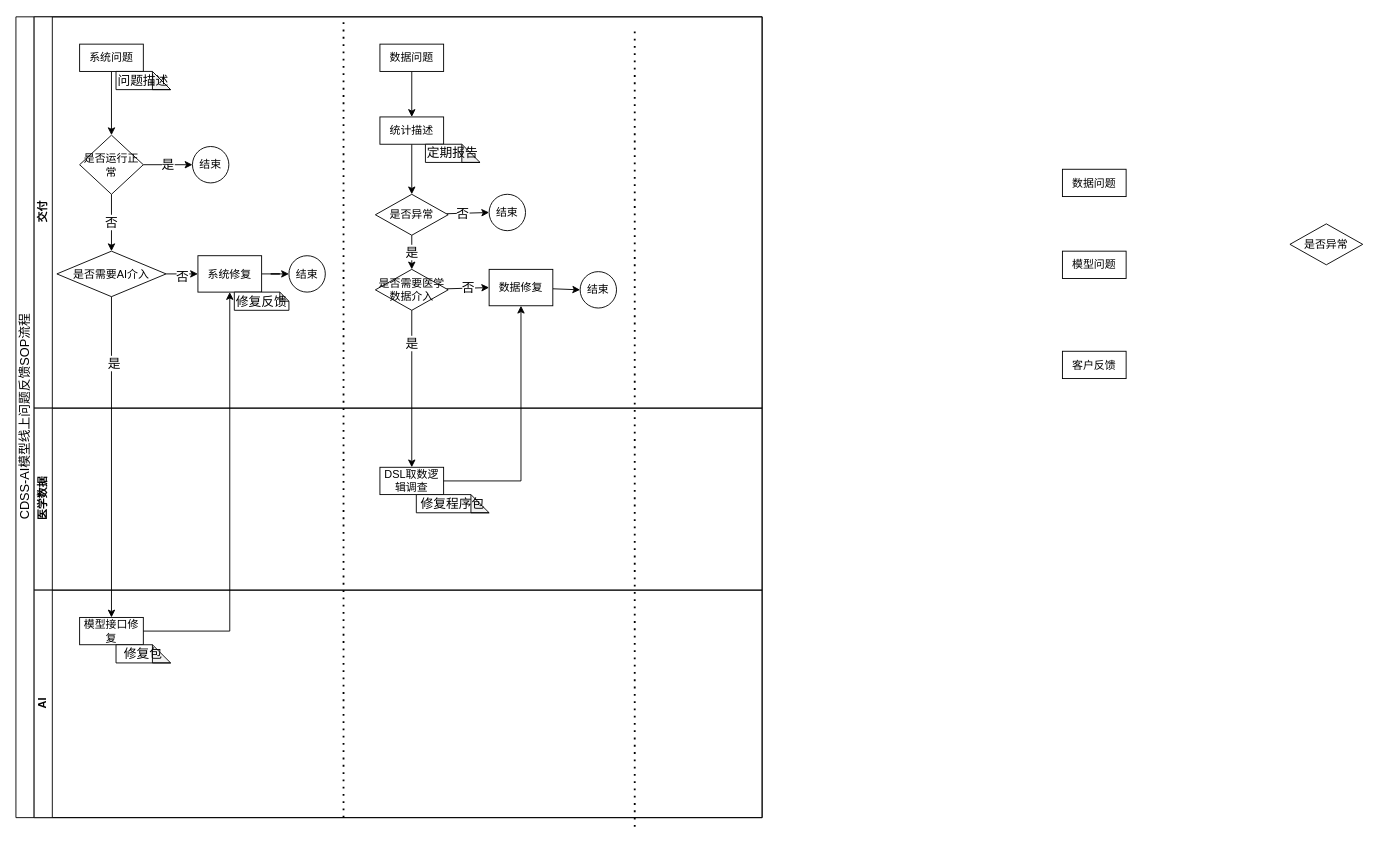
This is 问题反馈sop.drawio from sophsticate/drawio, a draw.io file, before an edit. Source tidied: cells renumbered, new cells numbered last; positions are measured from the earlier drawing's top-left corner, leaving out a move shared by most shapes. Both pictures are drawn from the tidied source at 91%, with x=0, y=0 at pixel (15, 16).
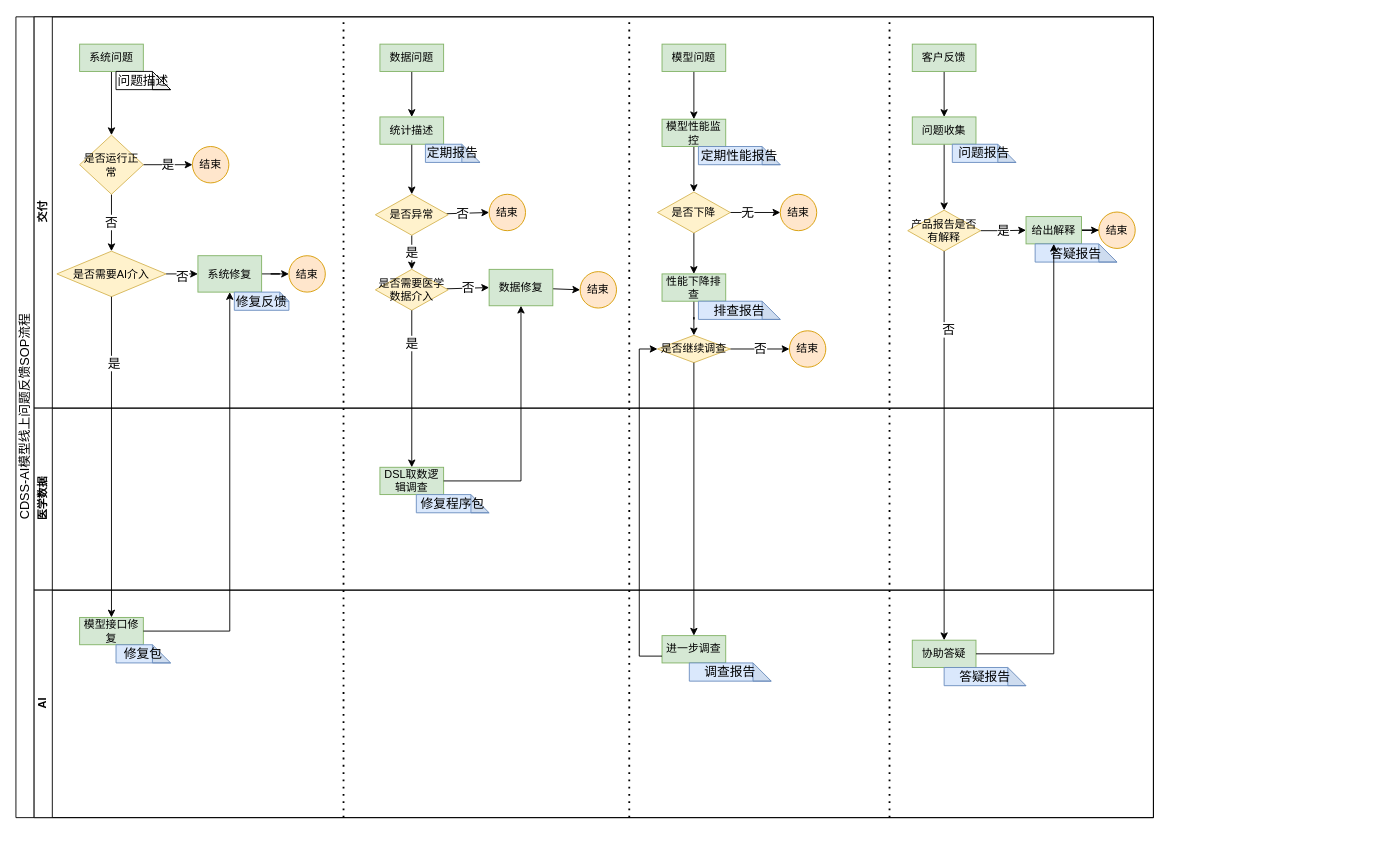
The same page after the edit.

What changed in the source:
```diff
@@
     <mxCell id="2" value="&lt;span style=&quot;font-family: &amp;#34;arial&amp;#34; , sans-serif ; font-weight: 400&quot;&gt;&lt;font style=&quot;font-size: 14px&quot;&gt;CDSS-AI模型线上问题反馈SOP流程&lt;/font&gt;&lt;/span&gt;" style="swimlane;html=1;horizontal=0;startSize=20;" parent="1" vertex="1">
-      <mxGeometry width="820" height="880" as="geometry" />
+      <mxGeometry width="1250" height="880" as="geometry" />
     </mxCell>
     <mxCell id="3" value="交付" style="swimlane;html=1;startSize=20;horizontal=0;" parent="2" vertex="1">
-      <mxGeometry x="20" width="800" height="430" as="geometry" />
+      <mxGeometry x="20" width="1230" height="430" as="geometry" />
     </mxCell>
@@
-    <mxCell id="5" value="系统问题" style="rounded=0;whiteSpace=wrap;html=1;fontFamily=Helvetica;fontSize=12;fontColor=#000000;align=center;" parent="3" vertex="1">
+    <mxCell id="5" value="系统问题" style="rounded=0;whiteSpace=wrap;html=1;fontFamily=Helvetica;fontSize=12;align=center;fillColor=#d5e8d4;strokeColor=#82b366;" parent="3" vertex="1">
       <mxGeometry x="50" y="30" width="70" height="30" as="geometry" />
     </mxCell>
@@
-    <mxCell id="9" value="是否运行正常" style="rhombus;whiteSpace=wrap;html=1;fontFamily=Helvetica;fontSize=12;fontColor=#000000;align=center;" parent="3" vertex="1">
+    <mxCell id="9" value="是否运行正常" style="rhombus;whiteSpace=wrap;html=1;fontFamily=Helvetica;fontSize=12;align=center;fillColor=#fff2cc;strokeColor=#d6b656;" parent="3" vertex="1">
       <mxGeometry x="50" y="130" width="70" height="65" as="geometry" />
     </mxCell>
-    <mxCell id="10" value="结束" style="ellipse;whiteSpace=wrap;html=1;" parent="3" vertex="1">
+    <mxCell id="10" value="结束" style="ellipse;whiteSpace=wrap;html=1;fillColor=#ffe6cc;strokeColor=#d79b00;" parent="3" vertex="1">
       <mxGeometry x="174" y="142.5" width="40" height="40" as="geometry" />
     </mxCell>
@@
-    <mxCell id="13" value="是否需要AI介入" style="rhombus;whiteSpace=wrap;html=1;fontFamily=Helvetica;fontSize=12;fontColor=#000000;align=center;" parent="3" vertex="1">
+    <mxCell id="13" value="是否需要AI介入" style="rhombus;whiteSpace=wrap;html=1;fontFamily=Helvetica;fontSize=12;align=center;fillColor=#fff2cc;strokeColor=#d6b656;" parent="3" vertex="1">
       <mxGeometry x="25" y="257.5" width="120" height="50" as="geometry" />
     </mxCell>
-    <mxCell id="14" value="结束" style="ellipse;whiteSpace=wrap;html=1;" parent="3" vertex="1">
+    <mxCell id="14" value="结束" style="ellipse;whiteSpace=wrap;html=1;fillColor=#ffe6cc;strokeColor=#d79b00;" parent="3" vertex="1">
       <mxGeometry x="280" y="262.5" width="40" height="40" as="geometry" />
     </mxCell>
@@
-    <mxCell id="16" value="系统修复" style="rounded=0;whiteSpace=wrap;html=1;fontFamily=Helvetica;fontSize=12;fontColor=#000000;align=center;" parent="3" vertex="1">
+    <mxCell id="16" value="系统修复" style="rounded=0;whiteSpace=wrap;html=1;fontFamily=Helvetica;fontSize=12;align=center;fillColor=#d5e8d4;strokeColor=#82b366;" parent="3" vertex="1">
       <mxGeometry x="180" y="262.5" width="70" height="40" as="geometry" />
     </mxCell>
@@
-    <mxCell id="18" value="修复反馈" style="shape=note;whiteSpace=wrap;html=1;backgroundOutline=1;darkOpacity=0.05;fontSize=14;size=10;" parent="3" vertex="1">
+    <mxCell id="18" value="修复反馈" style="shape=note;whiteSpace=wrap;html=1;backgroundOutline=1;darkOpacity=0.05;fontSize=14;size=10;fillColor=#dae8fc;strokeColor=#6c8ebf;" parent="3" vertex="1">
       <mxGeometry x="220" y="302.5" width="60" height="20" as="geometry" />
     </mxCell>
@@
-    <mxCell id="21" value="数据问题" style="rounded=0;whiteSpace=wrap;html=1;fontFamily=Helvetica;fontSize=12;fontColor=#000000;align=center;" parent="3" vertex="1">
+    <mxCell id="21" value="数据问题" style="rounded=0;whiteSpace=wrap;html=1;fontFamily=Helvetica;fontSize=12;align=center;fillColor=#d5e8d4;strokeColor=#82b366;" parent="3" vertex="1">
       <mxGeometry x="380" y="30" width="70" height="30" as="geometry" />
     </mxCell>
@@
-    <mxCell id="24" value="统计描述" style="rounded=0;whiteSpace=wrap;html=1;fontFamily=Helvetica;fontSize=12;fontColor=#000000;align=center;" parent="3" vertex="1">
+    <mxCell id="24" value="统计描述" style="rounded=0;whiteSpace=wrap;html=1;fontFamily=Helvetica;fontSize=12;align=center;fillColor=#d5e8d4;strokeColor=#82b366;" parent="3" vertex="1">
       <mxGeometry x="380" y="110" width="70" height="30" as="geometry" />
     </mxCell>
-    <mxCell id="25" value="定期报告" style="shape=note;whiteSpace=wrap;html=1;backgroundOutline=1;darkOpacity=0.05;fontSize=14;" parent="3" vertex="1">
+    <mxCell id="25" value="定期报告" style="shape=note;whiteSpace=wrap;html=1;backgroundOutline=1;darkOpacity=0.05;fontSize=14;fillColor=#dae8fc;strokeColor=#6c8ebf;" parent="3" vertex="1">
       <mxGeometry x="430" y="140" width="60" height="20" as="geometry" />
     </mxCell>
@@
-    <mxCell id="29" value="是否异常" style="rhombus;whiteSpace=wrap;html=1;fontFamily=Helvetica;fontSize=12;fontColor=#000000;align=center;" parent="3" vertex="1">
+    <mxCell id="29" value="是否异常" style="rhombus;whiteSpace=wrap;html=1;fontFamily=Helvetica;fontSize=12;align=center;fillColor=#fff2cc;strokeColor=#d6b656;" parent="3" vertex="1">
       <mxGeometry x="375" y="195" width="80" height="45" as="geometry" />
     </mxCell>
-    <mxCell id="30" value="结束" style="ellipse;whiteSpace=wrap;html=1;" parent="3" vertex="1">
+    <mxCell id="30" value="结束" style="ellipse;whiteSpace=wrap;html=1;fillColor=#ffe6cc;strokeColor=#d79b00;" parent="3" vertex="1">
       <mxGeometry x="500" y="195" width="40" height="40" as="geometry" />
     </mxCell>
@@
-    <mxCell id="32" value="是否需要医学数据介入" style="rhombus;whiteSpace=wrap;html=1;fontFamily=Helvetica;fontSize=12;fontColor=#000000;align=center;" parent="3" vertex="1">
+    <mxCell id="32" value="是否需要医学数据介入" style="rhombus;whiteSpace=wrap;html=1;fontFamily=Helvetica;fontSize=12;align=center;fillColor=#fff2cc;strokeColor=#d6b656;" parent="3" vertex="1">
       <mxGeometry x="375" y="277.5" width="80" height="45" as="geometry" />
     </mxCell>
@@
-    <mxCell id="34" value="数据修复" style="rounded=0;whiteSpace=wrap;html=1;fontFamily=Helvetica;fontSize=12;fontColor=#000000;align=center;" parent="3" vertex="1">
+    <mxCell id="34" value="数据修复" style="rounded=0;whiteSpace=wrap;html=1;fontFamily=Helvetica;fontSize=12;align=center;fillColor=#d5e8d4;strokeColor=#82b366;" parent="3" vertex="1">
       <mxGeometry x="500" y="277.5" width="70" height="40" as="geometry" />
     </mxCell>
-    <mxCell id="35" value="结束" style="ellipse;whiteSpace=wrap;html=1;" parent="3" vertex="1">
+    <mxCell id="35" value="结束" style="ellipse;whiteSpace=wrap;html=1;fillColor=#ffe6cc;strokeColor=#d79b00;" parent="3" vertex="1">
       <mxGeometry x="600" y="280" width="40" height="40" as="geometry" />
     </mxCell>
     <mxCell id="36" style="endArrow=none;dashed=1;html=1;dashPattern=1 3;strokeWidth=2;rounded=0;fontSize=14;" parent="3" edge="1">
       <mxGeometry relative="1" as="geometry">
-        <mxPoint x="660" y="890" as="sourcePoint" />
-        <mxPoint x="660" y="10" as="targetPoint" />
+        <mxPoint x="654" y="880" as="sourcePoint" />
+        <mxPoint x="654" as="targetPoint" />
       </mxGeometry>
     </mxCell>
+    <mxCell id="53" style="edgeStyle=orthogonalEdgeStyle;rounded=0;jettySize=auto;html=1;fontSize=14;" parent="3" edge="1" source="50" target="56">
+      <mxGeometry relative="1" as="geometry" />
+    </mxCell>
+    <mxCell id="50" value="模型问题" style="rounded=0;whiteSpace=wrap;html=1;fontFamily=Helvetica;fontSize=12;align=center;fillColor=#d5e8d4;strokeColor=#82b366;" parent="3" vertex="1">
+      <mxGeometry x="690" y="30" width="70" height="30" as="geometry" />
+    </mxCell>
+    <mxCell id="54" style="edgeStyle=orthogonalEdgeStyle;rounded=0;jettySize=auto;html=1;fontSize=14;" parent="3" edge="1" source="49" target="71">
+      <mxGeometry relative="1" as="geometry" />
+    </mxCell>
+    <mxCell id="49" value="客户反馈" style="rounded=0;whiteSpace=wrap;html=1;fontFamily=Helvetica;fontSize=12;align=center;fillColor=#d5e8d4;strokeColor=#82b366;" parent="3" vertex="1">
+      <mxGeometry x="965" y="30" width="70" height="30" as="geometry" />
+    </mxCell>
+    <mxCell id="55" style="edgeStyle=orthogonalEdgeStyle;rounded=0;jettySize=auto;html=1;fontSize=14;" parent="3" edge="1" source="56" target="61">
+      <mxGeometry relative="1" as="geometry" />
+    </mxCell>
+    <mxCell id="56" value="模型性能监控" style="rounded=0;whiteSpace=wrap;html=1;fontFamily=Helvetica;fontSize=12;align=center;fillColor=#d5e8d4;strokeColor=#82b366;" parent="3" vertex="1">
+      <mxGeometry x="690" y="112.5" width="70" height="30" as="geometry" />
+    </mxCell>
+    <mxCell id="57" value="定期性能报告" style="shape=note;whiteSpace=wrap;html=1;backgroundOutline=1;darkOpacity=0.05;fontSize=14;fillColor=#dae8fc;strokeColor=#6c8ebf;" parent="3" vertex="1">
+      <mxGeometry x="730" y="142.5" width="90" height="20" as="geometry" />
+    </mxCell>
+    <mxCell id="58" style="edgeStyle=orthogonalEdgeStyle;rounded=0;jettySize=auto;html=1;entryX=0;entryY=0.5;entryDx=0;entryDy=0;fontSize=14;" parent="3" edge="1" source="61" target="62">
+      <mxGeometry relative="1" as="geometry" />
+    </mxCell>
+    <mxCell id="59" value="无" style="edgeLabel;html=1;align=center;verticalAlign=middle;fontSize=14;" parent="58" vertex="1">
+      <mxGeometry x="-0.35" y="1" relative="1" as="geometry" />
+    </mxCell>
+    <mxCell id="60" style="edgeStyle=orthogonalEdgeStyle;rounded=0;jettySize=auto;html=1;fontSize=14;" parent="3" edge="1" source="61" target="64">
+      <mxGeometry relative="1" as="geometry" />
+    </mxCell>
+    <mxCell id="61" value="是否下降" style="rhombus;whiteSpace=wrap;html=1;fontFamily=Helvetica;fontSize=12;align=center;fillColor=#fff2cc;strokeColor=#d6b656;" parent="3" vertex="1">
+      <mxGeometry x="685" y="192.5" width="80" height="45" as="geometry" />
+    </mxCell>
+    <mxCell id="62" value="结束" style="ellipse;whiteSpace=wrap;html=1;fillColor=#ffe6cc;strokeColor=#d79b00;" parent="3" vertex="1">
+      <mxGeometry x="820" y="195" width="40" height="40" as="geometry" />
+    </mxCell>
+    <mxCell id="63" style="edgeStyle=orthogonalEdgeStyle;rounded=0;jettySize=auto;html=1;fontSize=14;" parent="3" edge="1" source="64" target="67">
+      <mxGeometry relative="1" as="geometry" />
+    </mxCell>
+    <mxCell id="64" value="性能下降排查" style="rounded=0;whiteSpace=wrap;html=1;fontFamily=Helvetica;fontSize=12;align=center;fillColor=#d5e8d4;strokeColor=#82b366;" parent="3" vertex="1">
+      <mxGeometry x="690" y="282.5" width="70" height="30" as="geometry" />
+    </mxCell>
+    <mxCell id="65" value="排查报告" style="shape=note;whiteSpace=wrap;html=1;backgroundOutline=1;darkOpacity=0.05;fontSize=14;fillColor=#dae8fc;strokeColor=#6c8ebf;" parent="3" vertex="1">
+      <mxGeometry x="730" y="312.5" width="90" height="20" as="geometry" />
+    </mxCell>
+    <mxCell id="66" value="否" style="edgeStyle=orthogonalEdgeStyle;rounded=0;jettySize=auto;html=1;fontSize=14;" parent="3" edge="1" source="67" target="68">
+      <mxGeometry relative="1" as="geometry">
+        <Array as="points">
+          <mxPoint x="800" y="365" />
+          <mxPoint x="800" y="365" />
+        </Array>
+      </mxGeometry>
+    </mxCell>
+    <mxCell id="67" value="是否继续调查" style="rhombus;whiteSpace=wrap;html=1;fontFamily=Helvetica;fontSize=12;align=center;fillColor=#fff2cc;strokeColor=#d6b656;" parent="3" vertex="1">
+      <mxGeometry x="685" y="350" width="80" height="30" as="geometry" />
+    </mxCell>
+    <mxCell id="68" value="结束" style="ellipse;whiteSpace=wrap;html=1;fillColor=#ffe6cc;strokeColor=#d79b00;" parent="3" vertex="1">
+      <mxGeometry x="830" y="345" width="40" height="40" as="geometry" />
+    </mxCell>
+    <mxCell id="69" style="endArrow=none;dashed=1;html=1;dashPattern=1 3;strokeWidth=2;rounded=0;fontSize=14;" parent="3" edge="1">
+      <mxGeometry relative="1" as="geometry">
+        <mxPoint x="940" y="880" as="sourcePoint" />
+        <mxPoint x="940" as="targetPoint" />
+      </mxGeometry>
+    </mxCell>
+    <mxCell id="70" style="edgeStyle=orthogonalEdgeStyle;rounded=0;jettySize=auto;html=1;fontSize=14;" parent="3" edge="1" source="71" target="74">
+      <mxGeometry relative="1" as="geometry" />
+    </mxCell>
+    <mxCell id="71" value="问题收集" style="rounded=0;whiteSpace=wrap;html=1;fontFamily=Helvetica;fontSize=12;align=center;fillColor=#d5e8d4;strokeColor=#82b366;" parent="3" vertex="1">
+      <mxGeometry x="965" y="110" width="70" height="30" as="geometry" />
+    </mxCell>
+    <mxCell id="72" value="问题报告" style="shape=note;whiteSpace=wrap;html=1;backgroundOutline=1;darkOpacity=0.05;fontSize=14;fillColor=#dae8fc;strokeColor=#6c8ebf;" parent="3" vertex="1">
+      <mxGeometry x="1009" y="140" width="70" height="20" as="geometry" />
+    </mxCell>
+    <mxCell id="73" value="是" style="edgeStyle=orthogonalEdgeStyle;rounded=0;jettySize=auto;html=1;entryX=0;entryY=0.5;entryDx=0;entryDy=0;fontSize=14;" parent="3" edge="1" source="74" target="76">
+      <mxGeometry relative="1" as="geometry" />
+    </mxCell>
+    <mxCell id="74" value="产品报告是否有解释" style="rhombus;whiteSpace=wrap;html=1;fontFamily=Helvetica;fontSize=12;align=center;fillColor=#fff2cc;strokeColor=#d6b656;" parent="3" vertex="1">
+      <mxGeometry x="960" y="212.5" width="80" height="45" as="geometry" />
+    </mxCell>
+    <mxCell id="75" style="edgeStyle=orthogonalEdgeStyle;rounded=0;jettySize=auto;html=1;fontSize=14;" parent="3" edge="1" source="76" target="77">
+      <mxGeometry relative="1" as="geometry" />
+    </mxCell>
+    <mxCell id="76" value="给出解释" style="rounded=0;whiteSpace=wrap;html=1;fontFamily=Helvetica;fontSize=12;align=center;fillColor=#d5e8d4;strokeColor=#82b366;" parent="3" vertex="1">
+      <mxGeometry x="1090" y="219.5" width="61" height="30" as="geometry" />
+    </mxCell>
+    <mxCell id="77" value="结束" style="ellipse;whiteSpace=wrap;html=1;fillColor=#ffe6cc;strokeColor=#d79b00;" parent="3" vertex="1">
+      <mxGeometry x="1170" y="214.5" width="40" height="40" as="geometry" />
+    </mxCell>
+    <mxCell id="78" value="答疑报告" style="shape=note;whiteSpace=wrap;html=1;backgroundOutline=1;darkOpacity=0.05;fontSize=14;fillColor=#dae8fc;strokeColor=#6c8ebf;" parent="3" vertex="1">
+      <mxGeometry x="1100" y="249.5" width="90" height="20" as="geometry" />
+    </mxCell>
     <mxCell id="37" value="医学数据" style="swimlane;html=1;startSize=20;horizontal=0;" parent="2" vertex="1">
-      <mxGeometry x="20" y="430" width="800" height="200" as="geometry" />
+      <mxGeometry x="20" y="430" width="1230" height="200" as="geometry" />
     </mxCell>
-    <mxCell id="38" value="DSL取数逻辑调查" style="rounded=0;whiteSpace=wrap;html=1;fontFamily=Helvetica;fontSize=12;fontColor=#000000;align=center;" parent="37" vertex="1">
+    <mxCell id="38" value="DSL取数逻辑调查" style="rounded=0;whiteSpace=wrap;html=1;fontFamily=Helvetica;fontSize=12;align=center;fillColor=#d5e8d4;strokeColor=#82b366;" parent="37" vertex="1">
       <mxGeometry x="380" y="65" width="70" height="30" as="geometry" />
     </mxCell>
-    <mxCell id="39" value="修复程序包" style="shape=note;whiteSpace=wrap;html=1;backgroundOutline=1;darkOpacity=0.05;fontSize=14;" parent="37" vertex="1">
+    <mxCell id="39" value="修复程序包" style="shape=note;whiteSpace=wrap;html=1;backgroundOutline=1;darkOpacity=0.05;fontSize=14;fillColor=#dae8fc;strokeColor=#6c8ebf;" parent="37" vertex="1">
       <mxGeometry x="420" y="95" width="80" height="20" as="geometry" />
     </mxCell>
     <mxCell id="40" value="AI" style="swimlane;html=1;startSize=20;horizontal=0;" parent="2" vertex="1">
-      <mxGeometry x="20" y="630" width="800" height="250" as="geometry" />
+      <mxGeometry x="20" y="630" width="1230" height="250" as="geometry" />
     </mxCell>
-    <mxCell id="41" value="模型接口修复" style="rounded=0;whiteSpace=wrap;html=1;fontFamily=Helvetica;fontSize=12;fontColor=#000000;align=center;" parent="40" vertex="1">
+    <mxCell id="41" value="模型接口修复" style="rounded=0;whiteSpace=wrap;html=1;fontFamily=Helvetica;fontSize=12;align=center;fillColor=#d5e8d4;strokeColor=#82b366;" parent="40" vertex="1">
       <mxGeometry x="50" y="30" width="70" height="30" as="geometry" />
     </mxCell>
-    <mxCell id="42" value="修复包" style="shape=note;whiteSpace=wrap;html=1;backgroundOutline=1;darkOpacity=0.05;fontSize=14;" parent="40" vertex="1">
+    <mxCell id="42" value="修复包" style="shape=note;whiteSpace=wrap;html=1;backgroundOutline=1;darkOpacity=0.05;fontSize=14;fillColor=#dae8fc;strokeColor=#6c8ebf;" parent="40" vertex="1">
       <mxGeometry x="90" y="60" width="60" height="20" as="geometry" />
     </mxCell>
+    <mxCell id="79" value="进一步调查" style="rounded=0;whiteSpace=wrap;html=1;fontFamily=Helvetica;fontSize=12;align=center;fillColor=#d5e8d4;strokeColor=#82b366;" parent="40" vertex="1">
+      <mxGeometry x="690" y="50" width="70" height="30" as="geometry" />
+    </mxCell>
+    <mxCell id="80" value="调查报告" style="shape=note;whiteSpace=wrap;html=1;backgroundOutline=1;darkOpacity=0.05;fontSize=14;fillColor=#dae8fc;strokeColor=#6c8ebf;" parent="40" vertex="1">
+      <mxGeometry x="720" y="80" width="90" height="20" as="geometry" />
+    </mxCell>
+    <mxCell id="81" value="协助答疑" style="rounded=0;whiteSpace=wrap;html=1;fontFamily=Helvetica;fontSize=12;align=center;fillColor=#d5e8d4;strokeColor=#82b366;" parent="40" vertex="1">
+      <mxGeometry x="965" y="55" width="70" height="30" as="geometry" />
+    </mxCell>
+    <mxCell id="82" value="答疑报告" style="shape=note;whiteSpace=wrap;html=1;backgroundOutline=1;darkOpacity=0.05;fontSize=14;fillColor=#dae8fc;strokeColor=#6c8ebf;" parent="40" vertex="1">
+      <mxGeometry x="1000" y="85" width="90" height="20" as="geometry" />
+    </mxCell>
@@
-    <mxCell id="49" value="客户反馈" style="rounded=0;whiteSpace=wrap;html=1;fontFamily=Helvetica;fontSize=12;fontColor=#000000;align=center;" parent="1" vertex="1">
-      <mxGeometry x="1150" y="367.5" width="70" height="30" as="geometry" />
-    </mxCell>
-    <mxCell id="50" value="模型问题" style="rounded=0;whiteSpace=wrap;html=1;fontFamily=Helvetica;fontSize=12;fontColor=#000000;align=center;" parent="1" vertex="1">
-      <mxGeometry x="1150" y="257.5" width="70" height="30" as="geometry" />
-    </mxCell>
-    <mxCell id="51" value="数据问题" style="rounded=0;whiteSpace=wrap;html=1;fontFamily=Helvetica;fontSize=12;fontColor=#000000;align=center;" parent="1" vertex="1">
-      <mxGeometry x="1150" y="167.5" width="70" height="30" as="geometry" />
-    </mxCell>
-    <mxCell id="52" value="是否异常" style="rhombus;whiteSpace=wrap;html=1;fontFamily=Helvetica;fontSize=12;fontColor=#000000;align=center;" parent="1" vertex="1">
-      <mxGeometry x="1400" y="227.5" width="80" height="45" as="geometry" />
-    </mxCell>
+    <mxCell id="83" style="edgeStyle=orthogonalEdgeStyle;rounded=0;jettySize=auto;html=1;fontSize=14;" parent="2" edge="1" source="67" target="79">
+      <mxGeometry relative="1" as="geometry" />
+    </mxCell>
+    <mxCell id="84" style="edgeStyle=orthogonalEdgeStyle;rounded=0;jettySize=auto;html=1;entryX=0;entryY=0.5;entryDx=0;entryDy=0;fontSize=14;exitX=0;exitY=0.75;exitDx=0;exitDy=0;" parent="2" edge="1" source="79" target="67">
+      <mxGeometry relative="1" as="geometry" />
+    </mxCell>
+    <mxCell id="85" style="edgeStyle=orthogonalEdgeStyle;rounded=0;jettySize=auto;html=1;entryX=0.5;entryY=0;entryDx=0;entryDy=0;fontSize=14;" parent="2" edge="1" source="74" target="81">
+      <mxGeometry relative="1" as="geometry" />
+    </mxCell>
+    <mxCell id="86" value="否" style="edgeLabel;html=1;align=center;verticalAlign=middle;fontSize=14;" parent="85" vertex="1">
+      <mxGeometry x="-0.6" y="4" relative="1" as="geometry" />
+    </mxCell>
+    <mxCell id="87" style="edgeStyle=orthogonalEdgeStyle;rounded=0;jettySize=auto;html=1;entryX=0.5;entryY=1;entryDx=0;entryDy=0;fontSize=14;" parent="2" edge="1" source="81" target="76">
+      <mxGeometry relative="1" as="geometry" />
+    </mxCell>
```
